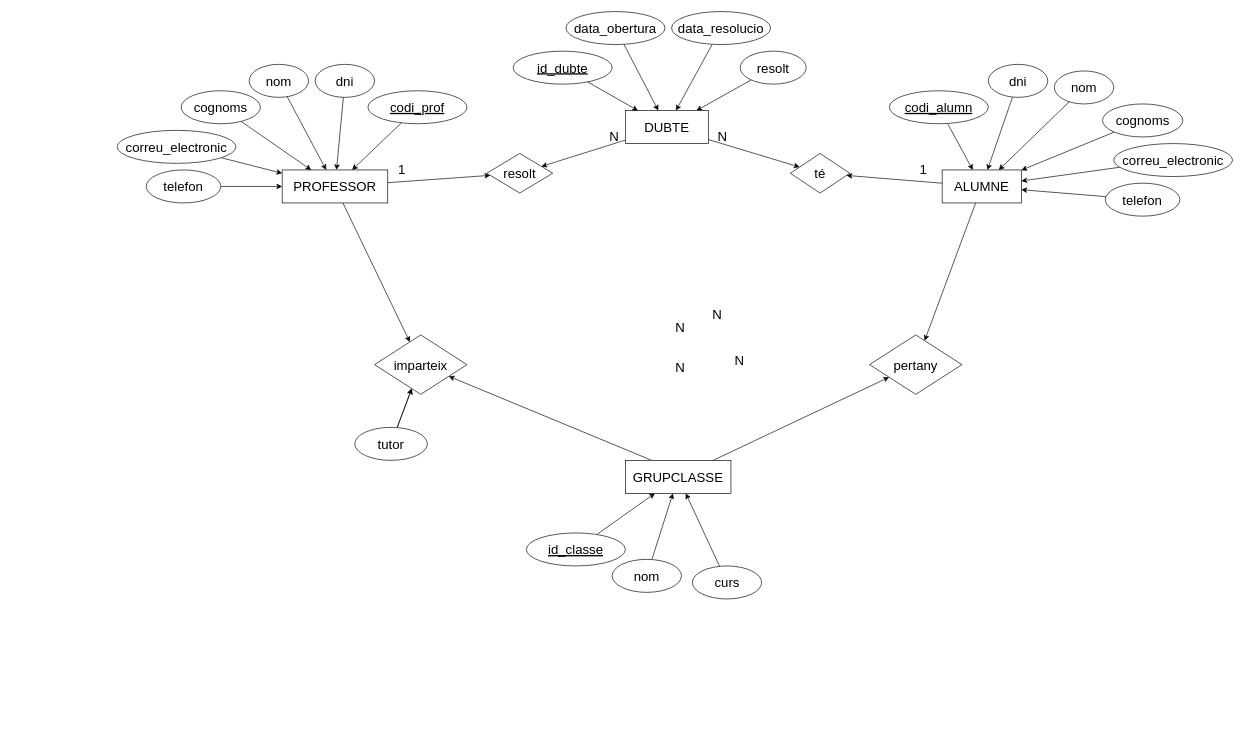
Projecte4-Webs-al-punt/Projecte4-Gestor-de-Torns-Professors keeps this draw.io diagram as Diagrames/EntitatRelacio.drawio. Above is the earlier version. Source tidied: cells renumbered, new cells numbered last; positions are measured from the earlier drawing's top-left corner, leaving out a move shared by most shapes. Both pictures are drawn from the tidied source at 66%, with x=0, y=0 at pixel (117, 11).
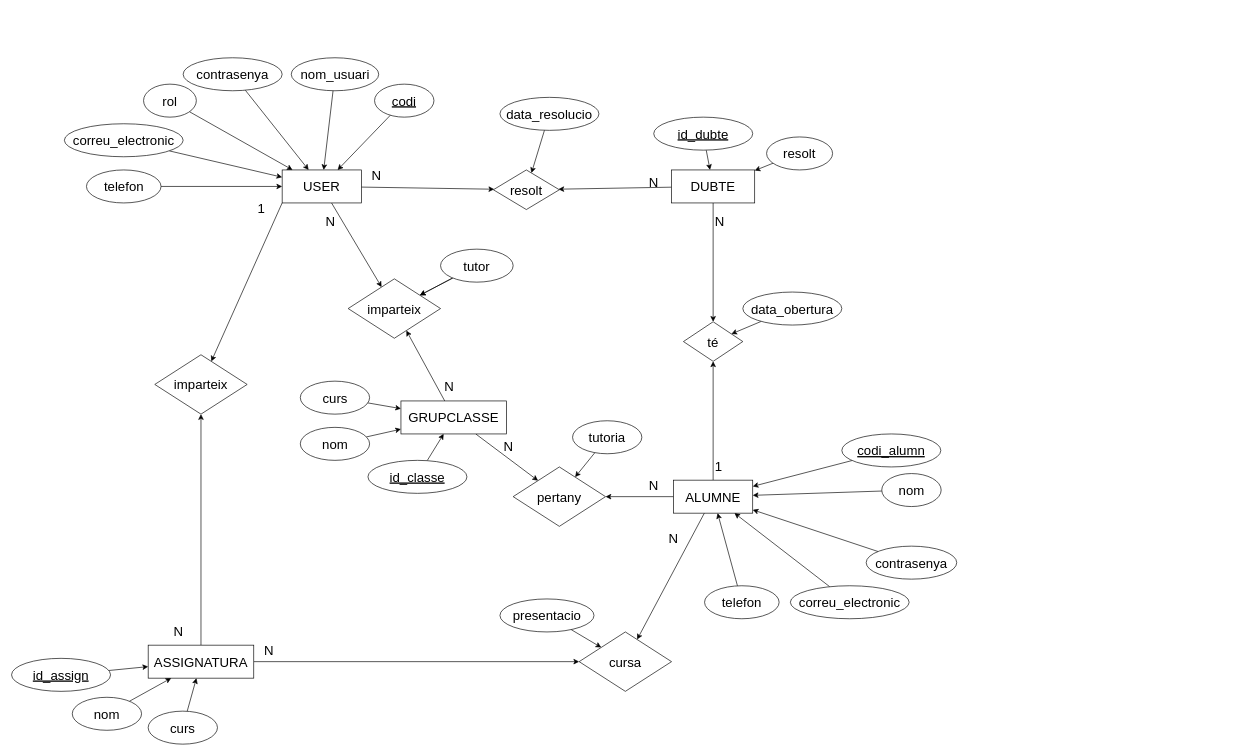
After the change.

What changed in the source:
```diff
@@
+    <mxCell id="67" style="edgeStyle=none;html=1;" parent="1" edge="1" source="4" target="83">
+      <mxGeometry relative="1" as="geometry" />
+    </mxCell>
     <mxCell id="4" value="&lt;font style=&quot;font-size: 20px&quot;&gt;ALUMNE&lt;/font&gt;" style="whiteSpace=wrap;html=1;align=center;" parent="1" vertex="1">
-      <mxGeometry x="1250" y="240" width="120" height="50" as="geometry" />
+      <mxGeometry x="843" y="710" width="120" height="50" as="geometry" />
     </mxCell>
@@
+    <mxCell id="68" style="edgeStyle=none;html=1;exitX=0;exitY=1;exitDx=0;exitDy=0;" parent="1" edge="1" source="7" target="80">
+      <mxGeometry relative="1" as="geometry" />
+    </mxCell>
-    <mxCell id="7" value="&lt;font style=&quot;font-size: 20px&quot;&gt;PROFESSOR&lt;/font&gt;" style="whiteSpace=wrap;html=1;align=center;" parent="1" vertex="1">
-      <mxGeometry x="250" y="240" width="160" height="50" as="geometry" />
+    <mxCell id="7" value="&lt;font style=&quot;font-size: 20px&quot;&gt;USER&lt;/font&gt;" style="whiteSpace=wrap;html=1;align=center;" parent="1" vertex="1">
+      <mxGeometry x="250" y="240" width="120" height="50" as="geometry" />
     </mxCell>
@@
     <mxCell id="9" value="codi_alumn" style="ellipse;whiteSpace=wrap;html=1;align=center;fontStyle=4;fontSize=20;" parent="1" vertex="1">
-      <mxGeometry x="1170" y="120" width="150" height="50" as="geometry" />
+      <mxGeometry x="1098" y="640" width="150" height="50" as="geometry" />
     </mxCell>
@@
-    <mxCell id="11" value="codi_prof" style="ellipse;whiteSpace=wrap;html=1;align=center;fontStyle=4;fontSize=20;" parent="1" vertex="1">
-      <mxGeometry x="380" y="120" width="150" height="50" as="geometry" />
+    <mxCell id="11" value="codi" style="ellipse;whiteSpace=wrap;html=1;align=center;fontStyle=4;fontSize=20;" parent="1" vertex="1">
+      <mxGeometry x="390" y="110" width="90" height="50" as="geometry" />
     </mxCell>
@@
     <mxCell id="13" value="nom" style="ellipse;whiteSpace=wrap;html=1;align=center;fontSize=20;" parent="1" vertex="1">
-      <mxGeometry x="1420" y="90" width="90" height="50" as="geometry" />
+      <mxGeometry x="1158.5" y="700" width="90" height="50" as="geometry" />
     </mxCell>
-    <mxCell id="14" style="edgeStyle=none;html=1;fontSize=20;" parent="1" edge="1" source="15" target="4">
-      <mxGeometry relative="1" as="geometry" />
-    </mxCell>
-    <mxCell id="15" value="cognoms" style="ellipse;whiteSpace=wrap;html=1;align=center;fontSize=20;" parent="1" vertex="1">
-      <mxGeometry x="1493" y="140" width="121.5" height="50" as="geometry" />
-    </mxCell>
@@
-    <mxCell id="17" value="nom" style="ellipse;whiteSpace=wrap;html=1;align=center;fontSize=20;" parent="1" vertex="1">
-      <mxGeometry x="200" y="80" width="90" height="50" as="geometry" />
+    <mxCell id="17" value="nom_usuari" style="ellipse;whiteSpace=wrap;html=1;align=center;fontSize=20;" parent="1" vertex="1">
+      <mxGeometry x="263.8" y="70" width="132.5" height="50" as="geometry" />
     </mxCell>
-    <mxCell id="18" style="edgeStyle=none;html=1;fontSize=20;" parent="1" edge="1" source="19" target="7">
-      <mxGeometry relative="1" as="geometry" />
-    </mxCell>
-    <mxCell id="19" value="cognoms" style="ellipse;whiteSpace=wrap;html=1;align=center;fontSize=20;" parent="1" vertex="1">
-      <mxGeometry x="97" y="120" width="120" height="50" as="geometry" />
-    </mxCell>
@@
     <mxCell id="21" value="correu_electronic" style="ellipse;whiteSpace=wrap;html=1;align=center;fontSize=20;" parent="1" vertex="1">
-      <mxGeometry x="1510" y="200" width="180" height="50" as="geometry" />
+      <mxGeometry x="1020" y="870" width="180" height="50" as="geometry" />
     </mxCell>
@@
     <mxCell id="23" value="telefon" style="ellipse;whiteSpace=wrap;html=1;align=center;fontSize=20;" parent="1" vertex="1">
-      <mxGeometry x="1497.2" y="260" width="113" height="50" as="geometry" />
+      <mxGeometry x="890" y="870" width="113" height="50" as="geometry" />
     </mxCell>
@@
     <mxCell id="25" value="correu_electronic" style="ellipse;whiteSpace=wrap;html=1;align=center;fontSize=20;" parent="1" vertex="1">
-      <mxGeometry y="180" width="180" height="50" as="geometry" />
+      <mxGeometry x="-80" y="170" width="180" height="50" as="geometry" />
     </mxCell>
@@
     <mxCell id="27" value="telefon" style="ellipse;whiteSpace=wrap;html=1;align=center;fontSize=20;" parent="1" vertex="1">
-      <mxGeometry x="44" y="240" width="113" height="50" as="geometry" />
+      <mxGeometry x="-46.5" y="240" width="113" height="50" as="geometry" />
     </mxCell>
     <mxCell id="28" value="N" style="text;strokeColor=none;fillColor=none;spacingLeft=4;spacingRight=4;overflow=hidden;fontSize=20;" parent="1" vertex="1">
-      <mxGeometry x="904" y="170" width="40" height="30" as="geometry" />
+      <mxGeometry x="900" y="300" width="40" height="30" as="geometry" />
     </mxCell>
     <mxCell id="29" value="N" style="text;strokeColor=none;fillColor=none;spacingLeft=4;spacingRight=4;overflow=hidden;fontSize=20;" parent="1" vertex="1">
-      <mxGeometry x="740" y="170" width="40" height="30" as="geometry" />
+      <mxGeometry x="800" y="240" width="40" height="30" as="geometry" />
     </mxCell>
-    <mxCell id="30" style="edgeStyle=none;html=1;fontSize=20;" parent="1" edge="1" source="31" target="54">
+    <mxCell id="30" style="edgeStyle=none;html=1;fontSize=20;" parent="1" edge="1" source="31" target="57">
       <mxGeometry relative="1" as="geometry" />
     </mxCell>
     <mxCell id="31" value="data_obertura" style="ellipse;whiteSpace=wrap;html=1;align=center;fontSize=20;" parent="1" vertex="1">
-      <mxGeometry x="680" width="150" height="50" as="geometry" />
+      <mxGeometry x="948" y="425" width="150" height="50" as="geometry" />
     </mxCell>
-    <mxCell id="32" style="edgeStyle=none;html=1;fontSize=20;" parent="1" edge="1" source="33" target="54">
+    <mxCell id="32" style="edgeStyle=none;html=1;fontSize=20;" parent="1" edge="1" source="33" target="59">
       <mxGeometry relative="1" as="geometry" />
     </mxCell>
     <mxCell id="33" value="data_resolucio" style="ellipse;whiteSpace=wrap;html=1;align=center;fontSize=20;" parent="1" vertex="1">
-      <mxGeometry x="840" width="150" height="50" as="geometry" />
+      <mxGeometry x="580" y="130" width="150" height="50" as="geometry" />
     </mxCell>
@@
     <mxCell id="35" value="resolt" style="ellipse;whiteSpace=wrap;html=1;align=center;fontSize=20;" parent="1" vertex="1">
-      <mxGeometry x="944" y="60" width="100" height="50" as="geometry" />
+      <mxGeometry x="984" y="190" width="100" height="50" as="geometry" />
     </mxCell>
-    <mxCell id="36" style="edgeStyle=none;html=1;fontSize=20;" parent="1" edge="1" source="37" target="7">
-      <mxGeometry relative="1" as="geometry" />
-    </mxCell>
-    <mxCell id="37" value="dni" style="ellipse;whiteSpace=wrap;html=1;align=center;fontSize=20;" parent="1" vertex="1">
-      <mxGeometry x="300" y="80" width="90" height="50" as="geometry" />
-    </mxCell>
-    <mxCell id="38" style="edgeStyle=none;html=1;fontSize=20;" parent="1" edge="1" source="39" target="4">
-      <mxGeometry relative="1" as="geometry" />
-    </mxCell>
-    <mxCell id="39" value="dni" style="ellipse;whiteSpace=wrap;html=1;align=center;fontSize=20;" parent="1" vertex="1">
-      <mxGeometry x="1320" y="80" width="90" height="50" as="geometry" />
-    </mxCell>
@@
-    <mxCell id="41" style="edgeStyle=none;html=1;fontSize=20;exitX=0.25;exitY=0;exitDx=0;exitDy=0;" parent="1" edge="1" source="42" target="44">
+    <mxCell id="41" style="edgeStyle=none;html=1;fontSize=20;" parent="1" edge="1" source="42" target="44">
       <mxGeometry relative="1" as="geometry" />
     </mxCell>
     <mxCell id="42" value="&lt;font style=&quot;font-size: 20px&quot;&gt;GRUPCLASSE&lt;/font&gt;" style="whiteSpace=wrap;html=1;align=center;" parent="1" vertex="1">
-      <mxGeometry x="770" y="680" width="160" height="50" as="geometry" />
+      <mxGeometry x="430" y="590" width="160" height="50" as="geometry" />
     </mxCell>
     <mxCell id="43" value="pertany" style="shape=rhombus;perimeter=rhombusPerimeter;whiteSpace=wrap;html=1;align=center;fontSize=20;" parent="1" vertex="1">
-      <mxGeometry x="1140" y="490" width="140" height="90" as="geometry" />
+      <mxGeometry x="600" y="690" width="140" height="90" as="geometry" />
     </mxCell>
     <mxCell id="44" value="imparteix" style="shape=rhombus;perimeter=rhombusPerimeter;whiteSpace=wrap;html=1;align=center;fontSize=20;" parent="1" vertex="1">
-      <mxGeometry x="390" y="490" width="140" height="90" as="geometry" />
+      <mxGeometry x="350" y="405" width="140" height="90" as="geometry" />
     </mxCell>
@@
     <mxCell id="47" value="tutor" style="ellipse;whiteSpace=wrap;html=1;align=center;fontSize=20;" parent="1" vertex="1">
-      <mxGeometry x="360" y="630" width="110" height="50" as="geometry" />
+      <mxGeometry x="490" y="360" width="110" height="50" as="geometry" />
     </mxCell>
     <mxCell id="48" value="N" style="text;strokeColor=none;fillColor=none;spacingLeft=4;spacingRight=4;overflow=hidden;fontSize=20;" parent="1" vertex="1">
-      <mxGeometry x="840" y="520" width="40" height="30" as="geometry" />
+      <mxGeometry x="490" y="550" width="40" height="30" as="geometry" />
     </mxCell>
     <mxCell id="49" value="N" style="text;strokeColor=none;fillColor=none;spacingLeft=4;spacingRight=4;overflow=hidden;fontSize=20;" parent="1" vertex="1">
-      <mxGeometry x="840" y="460" width="40" height="30" as="geometry" />
+      <mxGeometry x="800" y="700" width="40" height="30" as="geometry" />
     </mxCell>
     <mxCell id="50" value="N" style="text;strokeColor=none;fillColor=none;spacingLeft=4;spacingRight=4;overflow=hidden;fontSize=20;" parent="1" vertex="1">
-      <mxGeometry x="896" y="440" width="40" height="30" as="geometry" />
+      <mxGeometry x="310" y="300" width="40" height="30" as="geometry" />
     </mxCell>
     <mxCell id="51" value="N" style="text;strokeColor=none;fillColor=none;spacingLeft=4;spacingRight=4;overflow=hidden;fontSize=20;" parent="1" vertex="1">
-      <mxGeometry x="930" y="510" width="40" height="30" as="geometry" />
+      <mxGeometry x="580" y="640" width="40" height="30" as="geometry" />
     </mxCell>
@@
     <mxCell id="54" value="&lt;font style=&quot;font-size: 20px&quot;&gt;DUBTE&lt;/font&gt;" style="whiteSpace=wrap;html=1;align=center;" parent="1" vertex="1">
-      <mxGeometry x="770" y="150" width="126" height="50" as="geometry" />
+      <mxGeometry x="840" y="240" width="126" height="50" as="geometry" />
     </mxCell>
@@
     <mxCell id="56" value="id_dubte" style="ellipse;whiteSpace=wrap;html=1;align=center;fontStyle=4;fontSize=20;" parent="1" vertex="1">
-      <mxGeometry x="600" y="60" width="150" height="50" as="geometry" />
+      <mxGeometry x="813" y="160" width="150" height="50" as="geometry" />
     </mxCell>
     <mxCell id="57" value="té" style="shape=rhombus;perimeter=rhombusPerimeter;whiteSpace=wrap;html=1;align=center;fontSize=20;" parent="1" vertex="1">
-      <mxGeometry x="1020" y="215" width="90" height="60" as="geometry" />
+      <mxGeometry x="858" y="470" width="90" height="60" as="geometry" />
     </mxCell>
     <mxCell id="58" value="1" style="text;strokeColor=none;fillColor=none;spacingLeft=4;spacingRight=4;overflow=hidden;fontSize=20;" parent="1" vertex="1">
-      <mxGeometry x="1210" y="220" width="40" height="30" as="geometry" />
+      <mxGeometry x="900" y="670" width="40" height="30" as="geometry" />
     </mxCell>
     <mxCell id="59" value="resolt" style="shape=rhombus;perimeter=rhombusPerimeter;whiteSpace=wrap;html=1;align=center;fontSize=20;" parent="1" vertex="1">
-      <mxGeometry x="560" y="215" width="100" height="60" as="geometry" />
+      <mxGeometry x="570" y="240" width="100" height="60" as="geometry" />
     </mxCell>
-    <mxCell id="60" value="1" style="text;strokeColor=none;fillColor=none;spacingLeft=4;spacingRight=4;overflow=hidden;fontSize=20;" parent="1" vertex="1">
-      <mxGeometry x="420" y="220" width="40" height="30" as="geometry" />
+    <mxCell id="60" value="N" style="text;strokeColor=none;fillColor=none;spacingLeft=4;spacingRight=4;overflow=hidden;fontSize=20;" parent="1" vertex="1">
+      <mxGeometry x="380" y="230" width="40" height="30" as="geometry" />
     </mxCell>
@@
     <mxCell id="62" value="nom" style="ellipse;whiteSpace=wrap;html=1;align=center;fontSize=20;" parent="1" vertex="1">
-      <mxGeometry x="750" y="830" width="105" height="50" as="geometry" />
+      <mxGeometry x="277.5" y="630" width="105" height="50" as="geometry" />
     </mxCell>
@@
     <mxCell id="64" value="id_classe" style="ellipse;whiteSpace=wrap;html=1;align=center;fontStyle=4;fontSize=20;" parent="1" vertex="1">
-      <mxGeometry x="620" y="790" width="150" height="50" as="geometry" />
+      <mxGeometry x="380" y="680" width="150" height="50" as="geometry" />
     </mxCell>
@@
     <mxCell id="66" value="curs" style="ellipse;whiteSpace=wrap;html=1;align=center;fontSize=20;" parent="1" vertex="1">
-      <mxGeometry x="871.5" y="840" width="105" height="50" as="geometry" />
+      <mxGeometry x="277.5" y="560" width="105" height="50" as="geometry" />
     </mxCell>
+    <mxCell id="69" style="edgeStyle=none;html=1;" parent="1" edge="1" source="71" target="80">
+      <mxGeometry relative="1" as="geometry" />
+    </mxCell>
+    <mxCell id="70" style="edgeStyle=none;html=1;" parent="1" edge="1" source="71" target="83">
+      <mxGeometry relative="1" as="geometry" />
+    </mxCell>
+    <mxCell id="71" value="&lt;font style=&quot;font-size: 20px&quot;&gt;ASSIGNATURA&lt;/font&gt;" style="whiteSpace=wrap;html=1;align=center;" parent="1" vertex="1">
+      <mxGeometry x="47" y="960" width="160" height="50" as="geometry" />
+    </mxCell>
+    <mxCell id="72" style="edgeStyle=none;html=1;" parent="1" edge="1" source="73" target="43">
+      <mxGeometry relative="1" as="geometry" />
+    </mxCell>
+    <mxCell id="73" value="tutoria" style="ellipse;whiteSpace=wrap;html=1;align=center;fontSize=20;" parent="1" vertex="1">
+      <mxGeometry x="690" y="620" width="105" height="50" as="geometry" />
+    </mxCell>
+    <mxCell id="74" style="edgeStyle=none;html=1;" parent="1" edge="1" source="75" target="71">
+      <mxGeometry relative="1" as="geometry" />
+    </mxCell>
+    <mxCell id="75" value="id_assign" style="ellipse;whiteSpace=wrap;html=1;align=center;fontStyle=4;fontSize=20;" parent="1" vertex="1">
+      <mxGeometry x="-160" y="980" width="150" height="50" as="geometry" />
+    </mxCell>
+    <mxCell id="76" style="edgeStyle=none;html=1;" parent="1" edge="1" source="77" target="71">
+      <mxGeometry relative="1" as="geometry" />
+    </mxCell>
+    <mxCell id="77" value="nom" style="ellipse;whiteSpace=wrap;html=1;align=center;fontSize=20;" parent="1" vertex="1">
+      <mxGeometry x="-68" y="1039" width="105" height="50" as="geometry" />
+    </mxCell>
+    <mxCell id="78" style="edgeStyle=none;html=1;" parent="1" edge="1" source="79" target="71">
+      <mxGeometry relative="1" as="geometry" />
+    </mxCell>
+    <mxCell id="79" value="curs" style="ellipse;whiteSpace=wrap;html=1;align=center;fontSize=20;" parent="1" vertex="1">
+      <mxGeometry x="47" y="1060" width="105" height="50" as="geometry" />
+    </mxCell>
+    <mxCell id="80" value="imparteix" style="shape=rhombus;perimeter=rhombusPerimeter;whiteSpace=wrap;html=1;align=center;fontSize=20;" parent="1" vertex="1">
+      <mxGeometry x="57" y="520" width="140" height="90" as="geometry" />
+    </mxCell>
+    <mxCell id="81" value="1" style="text;strokeColor=none;fillColor=none;spacingLeft=4;spacingRight=4;overflow=hidden;fontSize=20;" parent="1" vertex="1">
+      <mxGeometry x="207" y="280" width="40" height="30" as="geometry" />
+    </mxCell>
+    <mxCell id="82" value="N" style="text;strokeColor=none;fillColor=none;spacingLeft=4;spacingRight=4;overflow=hidden;fontSize=20;" parent="1" vertex="1">
+      <mxGeometry x="80" y="920" width="40" height="30" as="geometry" />
+    </mxCell>
+    <mxCell id="83" value="cursa" style="shape=rhombus;perimeter=rhombusPerimeter;whiteSpace=wrap;html=1;align=center;fontSize=20;" parent="1" vertex="1">
+      <mxGeometry x="700" y="940" width="140" height="90" as="geometry" />
+    </mxCell>
+    <mxCell id="84" value="N" style="text;strokeColor=none;fillColor=none;spacingLeft=4;spacingRight=4;overflow=hidden;fontSize=20;" parent="1" vertex="1">
+      <mxGeometry x="217" y="950" width="40" height="30" as="geometry" />
+    </mxCell>
+    <mxCell id="85" value="N" style="text;strokeColor=none;fillColor=none;spacingLeft=4;spacingRight=4;overflow=hidden;fontSize=20;" parent="1" vertex="1">
+      <mxGeometry x="830" y="780" width="40" height="30" as="geometry" />
+    </mxCell>
+    <mxCell id="86" style="edgeStyle=none;html=1;" parent="1" edge="1" source="87" target="83">
+      <mxGeometry relative="1" as="geometry" />
+    </mxCell>
+    <mxCell id="87" value="presentacio" style="ellipse;whiteSpace=wrap;html=1;align=center;fontSize=20;" parent="1" vertex="1">
+      <mxGeometry x="580" y="890" width="142.5" height="50" as="geometry" />
+    </mxCell>
+    <mxCell id="88" style="edgeStyle=none;html=1;" parent="1" edge="1" source="89" target="7">
+      <mxGeometry relative="1" as="geometry" />
+    </mxCell>
+    <mxCell id="89" value="contrasenya" style="ellipse;whiteSpace=wrap;html=1;align=center;fontSize=20;" parent="1" vertex="1">
+      <mxGeometry x="100" y="70" width="150" height="50" as="geometry" />
+    </mxCell>
+    <mxCell id="90" style="edgeStyle=none;html=1;" parent="1" edge="1" source="91" target="7">
+      <mxGeometry relative="1" as="geometry" />
+    </mxCell>
+    <mxCell id="91" value="rol" style="ellipse;whiteSpace=wrap;html=1;align=center;fontSize=20;" parent="1" vertex="1">
+      <mxGeometry x="40" y="110" width="80" height="50" as="geometry" />
+    </mxCell>
+    <mxCell id="92" style="edgeStyle=none;html=1;" parent="1" edge="1" source="93" target="4">
+      <mxGeometry relative="1" as="geometry" />
+    </mxCell>
+    <mxCell id="93" value="contrasenya" style="ellipse;whiteSpace=wrap;html=1;align=center;fontSize=20;" parent="1" vertex="1">
+      <mxGeometry x="1134.9" y="810" width="137.2" height="50" as="geometry" />
+    </mxCell>
```
